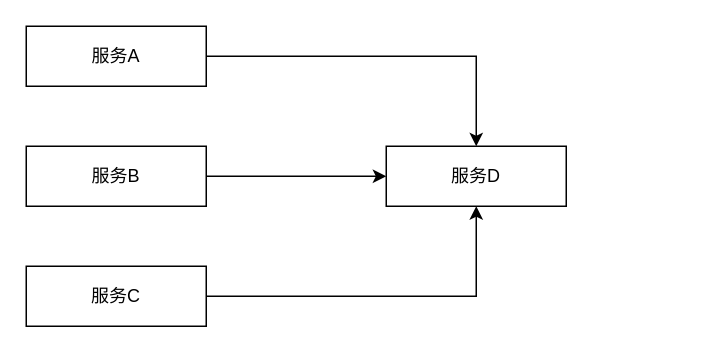
This is 服务端限流.drawio from yongliangcode/diagram, a draw.io file, before an edit. Source tidied: cells renumbered, new cells numbered last; positions are measured from the earlier drawing's top-left corner, leaving out a move shared by most shapes. Both pictures are drawn from the tidied source at 150%, with x=0, y=0 at pixel (26, 26).
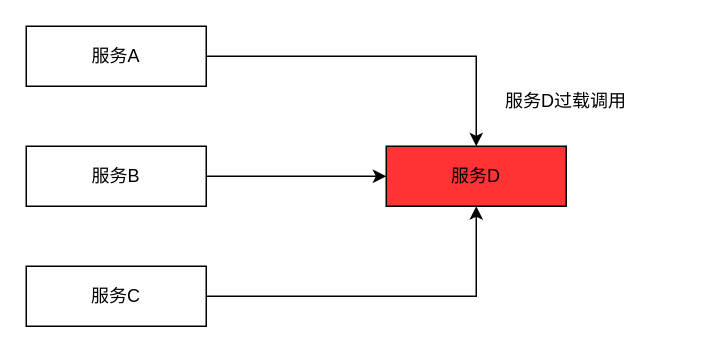
The same diagram, later.

Commit message (it also covers changes not shown here):
Update 服务端限流.drawio

What changed in the source:
```diff
@@
 <mxGraphModel>
   <root>
     <mxCell id="0" />
     <mxCell id="1" parent="0" />
     <mxCell id="2" style="edgeStyle=orthogonalEdgeStyle;rounded=0;jettySize=auto;html=1;exitX=1;exitY=0.5;exitDx=0;exitDy=0;" parent="1" edge="1" source="3" target="8">
       <mxGeometry relative="1" as="geometry" />
     </mxCell>
     <mxCell id="3" value="服务A" style="rounded=0;whiteSpace=wrap;html=1;" parent="1" vertex="1">
       <mxGeometry width="120" height="40" as="geometry" />
     </mxCell>
     <mxCell id="4" style="edgeStyle=orthogonalEdgeStyle;rounded=0;jettySize=auto;html=1;exitX=1;exitY=0.5;exitDx=0;exitDy=0;entryX=0;entryY=0.5;entryDx=0;entryDy=0;" parent="1" edge="1" source="5" target="8">
       <mxGeometry relative="1" as="geometry" />
     </mxCell>
     <mxCell id="5" value="服务B" style="rounded=0;whiteSpace=wrap;html=1;" parent="1" vertex="1">
       <mxGeometry y="80" width="120" height="40" as="geometry" />
     </mxCell>
     <mxCell id="6" style="edgeStyle=orthogonalEdgeStyle;rounded=0;jettySize=auto;html=1;exitX=1;exitY=0.5;exitDx=0;exitDy=0;entryX=0.5;entryY=1;entryDx=0;entryDy=0;" parent="1" edge="1" source="7" target="8">
       <mxGeometry relative="1" as="geometry" />
     </mxCell>
     <mxCell id="7" value="服务C" style="rounded=0;whiteSpace=wrap;html=1;" parent="1" vertex="1">
       <mxGeometry y="160" width="120" height="40" as="geometry" />
     </mxCell>
-    <mxCell id="8" value="服务D" style="rounded=0;whiteSpace=wrap;html=1;" parent="1" vertex="1">
+    <mxCell id="8" value="服务D" style="rounded=0;whiteSpace=wrap;html=1;fillColor=#FF3333;" parent="1" vertex="1">
       <mxGeometry x="240" y="80" width="120" height="40" as="geometry" />
     </mxCell>
+    <mxCell id="9" value="服务D过载调用" style="text;html=1;strokeColor=none;fillColor=none;align=center;verticalAlign=middle;whiteSpace=wrap;rounded=0;" parent="1" vertex="1">
+      <mxGeometry x="280" y="40" width="160" height="20" as="geometry" />
+    </mxCell>
   </root>
 </mxGraphModel>
```
